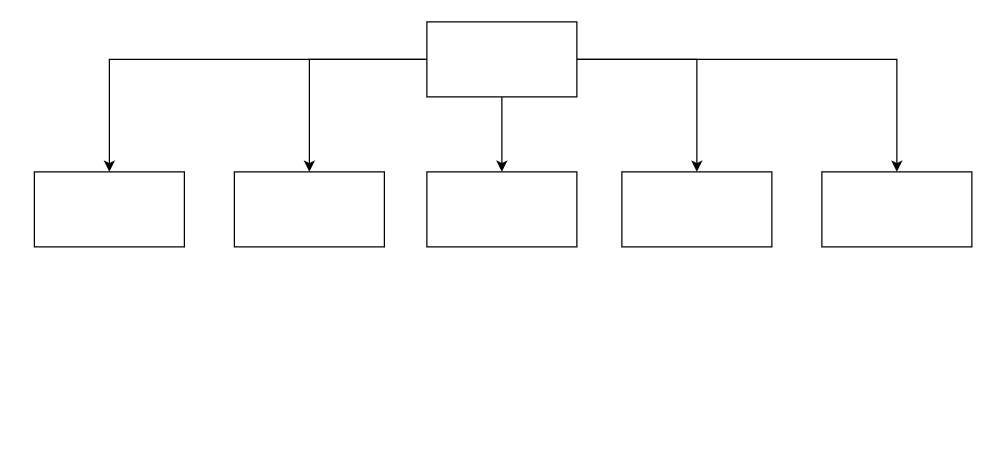
Above: Business-modeling-1.0.drawio in mepashka/Business-modeling-1.0 (draw.io), before the change. Source tidied: cells renumbered, new cells numbered last; positions are measured from the earlier drawing's top-left corner, leaving out a move shared by most shapes. Both pictures are drawn from the tidied source at 125%, with x=0, y=0 at pixel (34, 21).
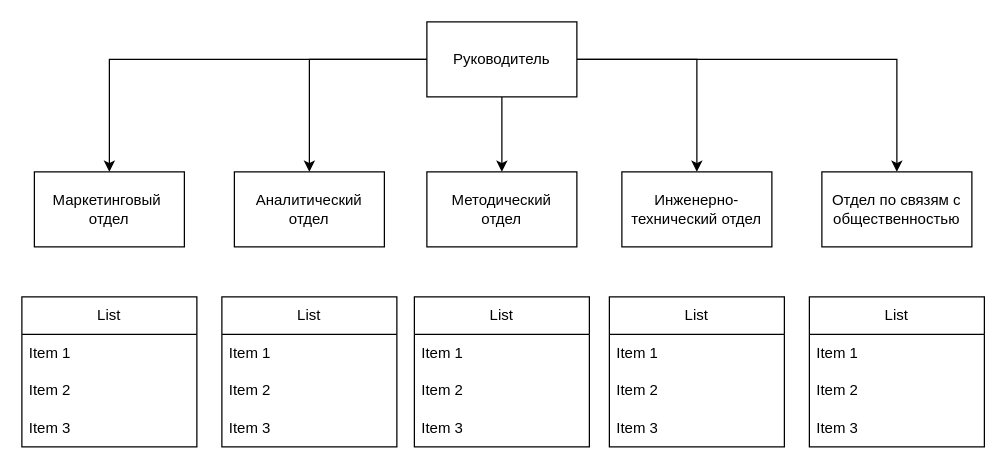
Above is the later version.

Change to the diagram source:
```diff
@@
-    <mxCell id="7" style="rounded=0;whiteSpace=wrap;html=1;" parent="1" vertex="1">
+    <mxCell id="7" value="Руководитель" style="rounded=0;whiteSpace=wrap;html=1;" parent="1" vertex="1">
       <mxGeometry x="314" width="120" height="60" as="geometry" />
     </mxCell>
-    <mxCell id="8" style="rounded=0;whiteSpace=wrap;html=1;" parent="1" vertex="1">
+    <mxCell id="8" value="Маркетинговый&amp;nbsp;&lt;div&gt;отдел&lt;/div&gt;" style="rounded=0;whiteSpace=wrap;html=1;" parent="1" vertex="1">
       <mxGeometry y="120" width="120" height="60" as="geometry" />
     </mxCell>
-    <mxCell id="9" style="rounded=0;whiteSpace=wrap;html=1;" parent="1" vertex="1">
+    <mxCell id="9" value="Аналитический&lt;div&gt;отдел&lt;/div&gt;" style="rounded=0;whiteSpace=wrap;html=1;" parent="1" vertex="1">
       <mxGeometry x="160" y="120" width="120" height="60" as="geometry" />
     </mxCell>
-    <mxCell id="10" style="rounded=0;whiteSpace=wrap;html=1;" parent="1" vertex="1">
+    <mxCell id="10" value="Методический&lt;div&gt;отдел&lt;/div&gt;" style="rounded=0;whiteSpace=wrap;html=1;" parent="1" vertex="1">
       <mxGeometry x="314" y="120" width="120" height="60" as="geometry" />
     </mxCell>
-    <mxCell id="11" style="rounded=0;whiteSpace=wrap;html=1;" parent="1" vertex="1">
+    <mxCell id="11" value="Инженерно-технический отдел" style="rounded=0;whiteSpace=wrap;html=1;" parent="1" vertex="1">
       <mxGeometry x="470" y="120" width="120" height="60" as="geometry" />
     </mxCell>
-    <mxCell id="12" style="rounded=0;whiteSpace=wrap;html=1;" parent="1" vertex="1">
+    <mxCell id="12" value="Отдел по связям с общественностью" style="rounded=0;whiteSpace=wrap;html=1;" parent="1" vertex="1">
       <mxGeometry x="630" y="120" width="120" height="60" as="geometry" />
     </mxCell>
+    <mxCell id="13" value="List" style="swimlane;fontStyle=0;horizontal=1;startSize=30;whiteSpace=wrap;html=1;" parent="1" vertex="1">
+      <mxGeometry x="-10" y="220" width="140" height="120" as="geometry" />
+    </mxCell>
+    <mxCell id="14" value="Item 1" style="text;strokeColor=none;fillColor=none;align=left;verticalAlign=middle;spacingLeft=4;spacingRight=4;overflow=hidden;whiteSpace=wrap;html=1;" parent="13" vertex="1">
+      <mxGeometry y="30" width="140" height="30" as="geometry" />
+    </mxCell>
+    <mxCell id="15" value="Item 2" style="text;strokeColor=none;fillColor=none;align=left;verticalAlign=middle;spacingLeft=4;spacingRight=4;overflow=hidden;whiteSpace=wrap;html=1;" parent="13" vertex="1">
+      <mxGeometry y="60" width="140" height="30" as="geometry" />
+    </mxCell>
+    <mxCell id="16" value="Item 3" style="text;strokeColor=none;fillColor=none;align=left;verticalAlign=middle;spacingLeft=4;spacingRight=4;overflow=hidden;whiteSpace=wrap;html=1;" parent="13" vertex="1">
+      <mxGeometry y="90" width="140" height="30" as="geometry" />
+    </mxCell>
+    <mxCell id="17" value="List" style="swimlane;fontStyle=0;horizontal=1;startSize=30;whiteSpace=wrap;html=1;" parent="1" vertex="1">
+      <mxGeometry x="150" y="220" width="140" height="120" as="geometry" />
+    </mxCell>
+    <mxCell id="18" value="Item 1" style="text;strokeColor=none;fillColor=none;align=left;verticalAlign=middle;spacingLeft=4;spacingRight=4;overflow=hidden;whiteSpace=wrap;html=1;" parent="17" vertex="1">
+      <mxGeometry y="30" width="140" height="30" as="geometry" />
+    </mxCell>
+    <mxCell id="19" value="Item 2" style="text;strokeColor=none;fillColor=none;align=left;verticalAlign=middle;spacingLeft=4;spacingRight=4;overflow=hidden;whiteSpace=wrap;html=1;" parent="17" vertex="1">
+      <mxGeometry y="60" width="140" height="30" as="geometry" />
+    </mxCell>
+    <mxCell id="20" value="Item 3" style="text;strokeColor=none;fillColor=none;align=left;verticalAlign=middle;spacingLeft=4;spacingRight=4;overflow=hidden;whiteSpace=wrap;html=1;" parent="17" vertex="1">
+      <mxGeometry y="90" width="140" height="30" as="geometry" />
+    </mxCell>
+    <mxCell id="21" value="List" style="swimlane;fontStyle=0;horizontal=1;startSize=30;whiteSpace=wrap;html=1;" parent="1" vertex="1">
+      <mxGeometry x="304" y="220" width="140" height="120" as="geometry" />
+    </mxCell>
+    <mxCell id="22" value="Item 1" style="text;strokeColor=none;fillColor=none;align=left;verticalAlign=middle;spacingLeft=4;spacingRight=4;overflow=hidden;whiteSpace=wrap;html=1;" parent="21" vertex="1">
+      <mxGeometry y="30" width="140" height="30" as="geometry" />
+    </mxCell>
+    <mxCell id="23" value="Item 2" style="text;strokeColor=none;fillColor=none;align=left;verticalAlign=middle;spacingLeft=4;spacingRight=4;overflow=hidden;whiteSpace=wrap;html=1;" parent="21" vertex="1">
+      <mxGeometry y="60" width="140" height="30" as="geometry" />
+    </mxCell>
+    <mxCell id="24" value="Item 3" style="text;strokeColor=none;fillColor=none;align=left;verticalAlign=middle;spacingLeft=4;spacingRight=4;overflow=hidden;whiteSpace=wrap;html=1;" parent="21" vertex="1">
+      <mxGeometry y="90" width="140" height="30" as="geometry" />
+    </mxCell>
+    <mxCell id="25" value="List" style="swimlane;fontStyle=0;horizontal=1;startSize=30;whiteSpace=wrap;html=1;" parent="1" vertex="1">
+      <mxGeometry x="460" y="220" width="140" height="120" as="geometry" />
+    </mxCell>
+    <mxCell id="26" value="Item 1" style="text;strokeColor=none;fillColor=none;align=left;verticalAlign=middle;spacingLeft=4;spacingRight=4;overflow=hidden;whiteSpace=wrap;html=1;" parent="25" vertex="1">
+      <mxGeometry y="30" width="140" height="30" as="geometry" />
+    </mxCell>
+    <mxCell id="27" value="Item 2" style="text;strokeColor=none;fillColor=none;align=left;verticalAlign=middle;spacingLeft=4;spacingRight=4;overflow=hidden;whiteSpace=wrap;html=1;" parent="25" vertex="1">
+      <mxGeometry y="60" width="140" height="30" as="geometry" />
+    </mxCell>
+    <mxCell id="28" value="Item 3" style="text;strokeColor=none;fillColor=none;align=left;verticalAlign=middle;spacingLeft=4;spacingRight=4;overflow=hidden;whiteSpace=wrap;html=1;" parent="25" vertex="1">
+      <mxGeometry y="90" width="140" height="30" as="geometry" />
+    </mxCell>
+    <mxCell id="29" value="List" style="swimlane;fontStyle=0;horizontal=1;startSize=30;whiteSpace=wrap;html=1;" parent="1" vertex="1">
+      <mxGeometry x="620" y="220" width="140" height="120" as="geometry" />
+    </mxCell>
+    <mxCell id="30" value="Item 1" style="text;strokeColor=none;fillColor=none;align=left;verticalAlign=middle;spacingLeft=4;spacingRight=4;overflow=hidden;whiteSpace=wrap;html=1;" parent="29" vertex="1">
+      <mxGeometry y="30" width="140" height="30" as="geometry" />
+    </mxCell>
+    <mxCell id="31" value="Item 2" style="text;strokeColor=none;fillColor=none;align=left;verticalAlign=middle;spacingLeft=4;spacingRight=4;overflow=hidden;whiteSpace=wrap;html=1;" parent="29" vertex="1">
+      <mxGeometry y="60" width="140" height="30" as="geometry" />
+    </mxCell>
+    <mxCell id="32" value="Item 3" style="text;strokeColor=none;fillColor=none;align=left;verticalAlign=middle;spacingLeft=4;spacingRight=4;overflow=hidden;whiteSpace=wrap;html=1;" parent="29" vertex="1">
+      <mxGeometry y="90" width="140" height="30" as="geometry" />
+    </mxCell>
```
